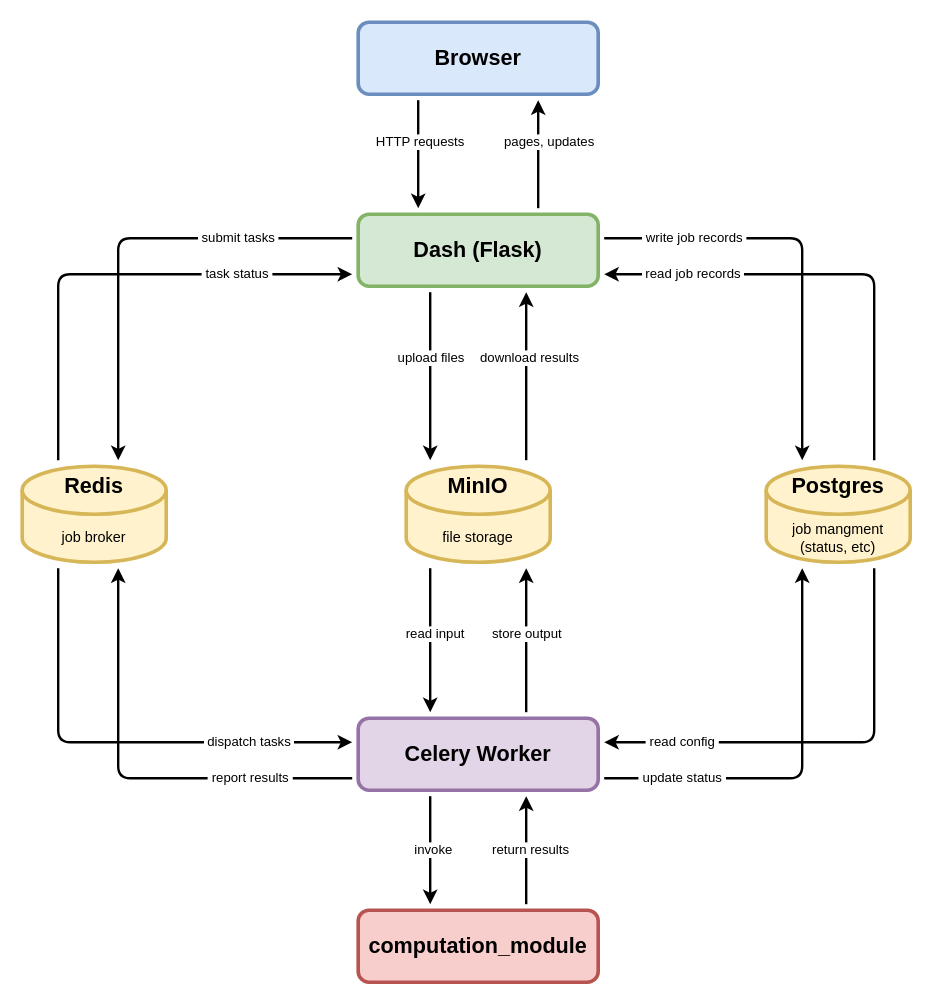
Earlier version of the draw.io diagram docs/diagrams/architecture.drawio (Helmholtz-UFZ/CosmoSuite). Source tidied: cells renumbered, new cells numbered last; positions are measured from the earlier drawing's top-left corner, leaving out a move shared by most shapes. Both pictures are drawn from the tidied source at 120%, with x=0, y=0 at pixel (22, 22).
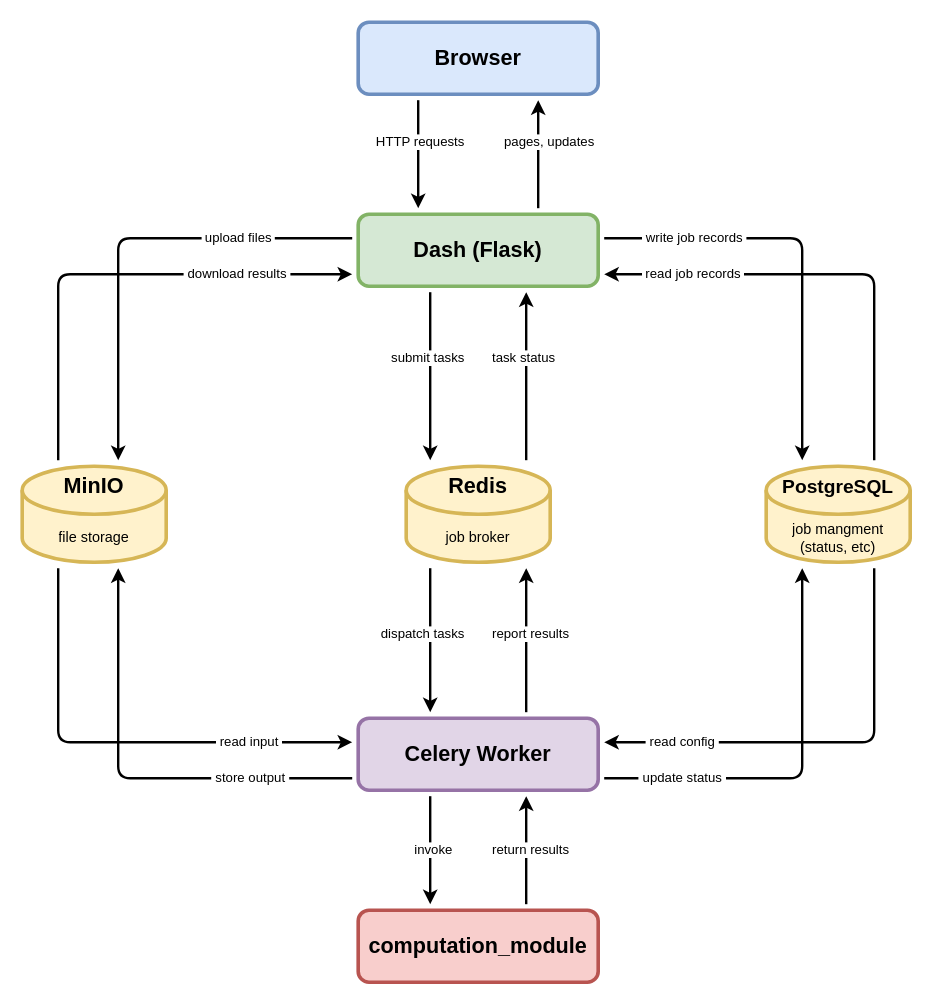
The same diagram, later.

Diff of the diagram source:
```diff
@@
-    <mxCell id="4" value="Redis" style="shape=cylinder3;whiteSpace=wrap;html=1;fontSize=18;fontStyle=1;strokeWidth=3;fillColor=#fff2cc;strokeColor=#d6b656;size=20;verticalAlign=top;" parent="1" vertex="1">
+    <mxCell id="4" value="MinIO" style="shape=cylinder3;whiteSpace=wrap;html=1;fontSize=18;fontStyle=1;strokeWidth=3;fillColor=#fff2cc;strokeColor=#d6b656;size=20;verticalAlign=top;" parent="1" vertex="1">
       <mxGeometry y="370" width="120" height="80" as="geometry" />
     </mxCell>
-    <mxCell id="5" value="MinIO" style="shape=cylinder3;whiteSpace=wrap;html=1;fontSize=18;fontStyle=1;strokeWidth=3;fillColor=#fff2cc;strokeColor=#d6b656;size=20;verticalAlign=top;" parent="1" vertex="1">
+    <mxCell id="5" value="Redis" style="shape=cylinder3;whiteSpace=wrap;html=1;fontSize=18;fontStyle=1;strokeWidth=3;fillColor=#fff2cc;strokeColor=#d6b656;size=20;verticalAlign=top;" parent="1" vertex="1">
       <mxGeometry x="320" y="370" width="120" height="80" as="geometry" />
     </mxCell>
-    <mxCell id="6" value="Postgres" style="shape=cylinder3;whiteSpace=wrap;html=1;strokeWidth=3;fillColor=#fff2cc;strokeColor=#d6b656;size=20;verticalAlign=top;fontStyle=1;fontSize=18;" parent="1" vertex="1">
+    <mxCell id="6" value="&lt;font style=&quot;font-size: 16px;&quot;&gt;PostgreSQL&lt;/font&gt;" style="shape=cylinder3;whiteSpace=wrap;html=1;strokeWidth=3;fillColor=#fff2cc;strokeColor=#d6b656;size=20;verticalAlign=top;fontStyle=1;fontSize=18;" parent="1" vertex="1">
       <mxGeometry x="620" y="370" width="120" height="80" as="geometry" />
     </mxCell>
@@
-    <mxCell id="11" value="&amp;nbsp;submit tasks&amp;nbsp;" style="edgeStyle=orthogonalEdgeStyle;rounded=1;html=1;strokeWidth=2;fontSize=11;" parent="1" edge="1">
+    <mxCell id="11" value="&amp;nbsp;upload files&amp;nbsp;" style="edgeStyle=orthogonalEdgeStyle;rounded=1;html=1;strokeWidth=2;fontSize=11;" parent="1" edge="1">
       <mxGeometry x="-0.5" relative="1" as="geometry">
         <mxPoint x="275" y="180" as="sourcePoint" />
         <mxPoint x="80" y="365" as="targetPoint" />
         <Array as="points">
           <mxPoint x="80" y="180" />
         </Array>
       </mxGeometry>
     </mxCell>
-    <mxCell id="12" value="&amp;nbsp;task status&amp;nbsp;" style="edgeStyle=orthogonalEdgeStyle;rounded=1;html=1;strokeWidth=2;fontSize=11;" parent="1" edge="1">
+    <mxCell id="12" value="&amp;nbsp;download results&amp;nbsp;" style="edgeStyle=orthogonalEdgeStyle;rounded=1;html=1;strokeWidth=2;fontSize=11;" parent="1" edge="1">
       <mxGeometry x="0.52" relative="1" as="geometry">
         <mxPoint x="30" y="365" as="sourcePoint" />
         <mxPoint x="275" y="210" as="targetPoint" />
         <Array as="points">
           <mxPoint x="30" y="210" />
         </Array>
       </mxGeometry>
     </mxCell>
-    <mxCell id="13" value="upload files" style="edgeStyle=orthogonalEdgeStyle;rounded=1;html=1;strokeWidth=2;fontSize=11;align=right;" parent="1" edge="1">
+    <mxCell id="13" value="&lt;span style=&quot;text-align: center;&quot;&gt;submit tasks&lt;/span&gt;" style="edgeStyle=orthogonalEdgeStyle;rounded=1;html=1;strokeWidth=2;fontSize=11;align=right;" parent="1" edge="1">
       <mxGeometry x="-0.21" y="30" relative="1" as="geometry">
         <mxPoint x="340" y="225" as="sourcePoint" />
         <mxPoint x="340" y="365" as="targetPoint" />
       </mxGeometry>
     </mxCell>
-    <mxCell id="14" value="download results" style="edgeStyle=orthogonalEdgeStyle;rounded=1;html=1;strokeWidth=2;fontSize=11;align=left;" parent="1" edge="1">
-      <mxGeometry x="0.21" y="40" relative="1" as="geometry">
+    <mxCell id="14" value="task status" style="edgeStyle=orthogonalEdgeStyle;rounded=1;html=1;strokeWidth=2;fontSize=11;align=left;" parent="1" edge="1">
+      <mxGeometry x="0.21" y="30" relative="1" as="geometry">
         <mxPoint x="420" y="365" as="sourcePoint" />
         <mxPoint x="420" y="225" as="targetPoint" />
       </mxGeometry>
     </mxCell>
@@
-    <mxCell id="17" value="&amp;nbsp;dispatch tasks&amp;nbsp;" style="edgeStyle=orthogonalEdgeStyle;rounded=1;html=1;strokeWidth=2;fontSize=11;" parent="1" edge="1">
+    <mxCell id="17" value="&lt;span style=&quot;text-align: right;&quot;&gt;&amp;nbsp;read input&amp;nbsp;&lt;/span&gt;" style="edgeStyle=orthogonalEdgeStyle;rounded=1;html=1;strokeWidth=2;fontSize=11;" parent="1" edge="1">
       <mxGeometry x="0.56" relative="1" as="geometry">
         <mxPoint x="30" y="455" as="sourcePoint" />
         <mxPoint x="275" y="600" as="targetPoint" />
         <Array as="points">
           <mxPoint x="30" y="600" />
         </Array>
       </mxGeometry>
     </mxCell>
-    <mxCell id="18" value="&amp;nbsp;report results&amp;nbsp;" style="edgeStyle=orthogonalEdgeStyle;rounded=1;html=1;strokeWidth=2;fontSize=11;" parent="1" edge="1">
+    <mxCell id="18" value="&amp;nbsp;store output&amp;nbsp;" style="edgeStyle=orthogonalEdgeStyle;rounded=1;html=1;strokeWidth=2;fontSize=11;" parent="1" edge="1">
       <mxGeometry x="-0.54" relative="1" as="geometry">
         <mxPoint x="275" y="630" as="sourcePoint" />
         <mxPoint x="80" y="455" as="targetPoint" />
         <Array as="points">
           <mxPoint x="80" y="630" />
         </Array>
       </mxGeometry>
     </mxCell>
-    <mxCell id="19" value="read input" style="edgeStyle=orthogonalEdgeStyle;rounded=1;html=1;strokeWidth=2;fontSize=11;align=right;" parent="1" edge="1">
+    <mxCell id="19" value="&lt;div&gt;dispatch tasks&lt;/div&gt;" style="edgeStyle=orthogonalEdgeStyle;rounded=1;html=1;strokeWidth=2;fontSize=11;align=right;" parent="1" edge="1">
       <mxGeometry x="-0.08" y="30" relative="1" as="geometry">
         <mxPoint x="340" y="455" as="sourcePoint" />
         <mxPoint x="340" y="575" as="targetPoint" />
       </mxGeometry>
     </mxCell>
-    <mxCell id="20" value="store output" style="edgeStyle=orthogonalEdgeStyle;rounded=1;html=1;strokeWidth=2;fontSize=11;align=left;" parent="1" edge="1">
+    <mxCell id="20" value="&lt;span style=&quot;text-align: center;&quot;&gt;report results&lt;/span&gt;" style="edgeStyle=orthogonalEdgeStyle;rounded=1;html=1;strokeWidth=2;fontSize=11;align=left;" parent="1" edge="1">
       <mxGeometry x="0.08" y="30" relative="1" as="geometry">
         <mxPoint x="420" y="575" as="sourcePoint" />
         <mxPoint x="420" y="455" as="targetPoint" />
       </mxGeometry>
     </mxCell>
@@
-    <mxCell id="25" value="job broker" style="text;html=1;strokeColor=none;fillColor=none;align=center;verticalAlign=middle;whiteSpace=wrap;overflow=hidden;" parent="1" vertex="1">
+    <mxCell id="25" value="file storage" style="text;html=1;strokeColor=none;fillColor=none;align=center;verticalAlign=middle;whiteSpace=wrap;overflow=hidden;" parent="1" vertex="1">
       <mxGeometry x="20" y="420" width="80" height="20" as="geometry" />
     </mxCell>
-    <mxCell id="26" value="file storage" style="text;html=1;strokeColor=none;fillColor=none;align=center;verticalAlign=middle;whiteSpace=wrap;overflow=hidden;" parent="1" vertex="1">
+    <mxCell id="26" value="&lt;div&gt;job broker&lt;/div&gt;" style="text;html=1;strokeColor=none;fillColor=none;align=center;verticalAlign=middle;whiteSpace=wrap;overflow=hidden;" parent="1" vertex="1">
       <mxGeometry x="340" y="420" width="80" height="20" as="geometry" />
     </mxCell>
```
